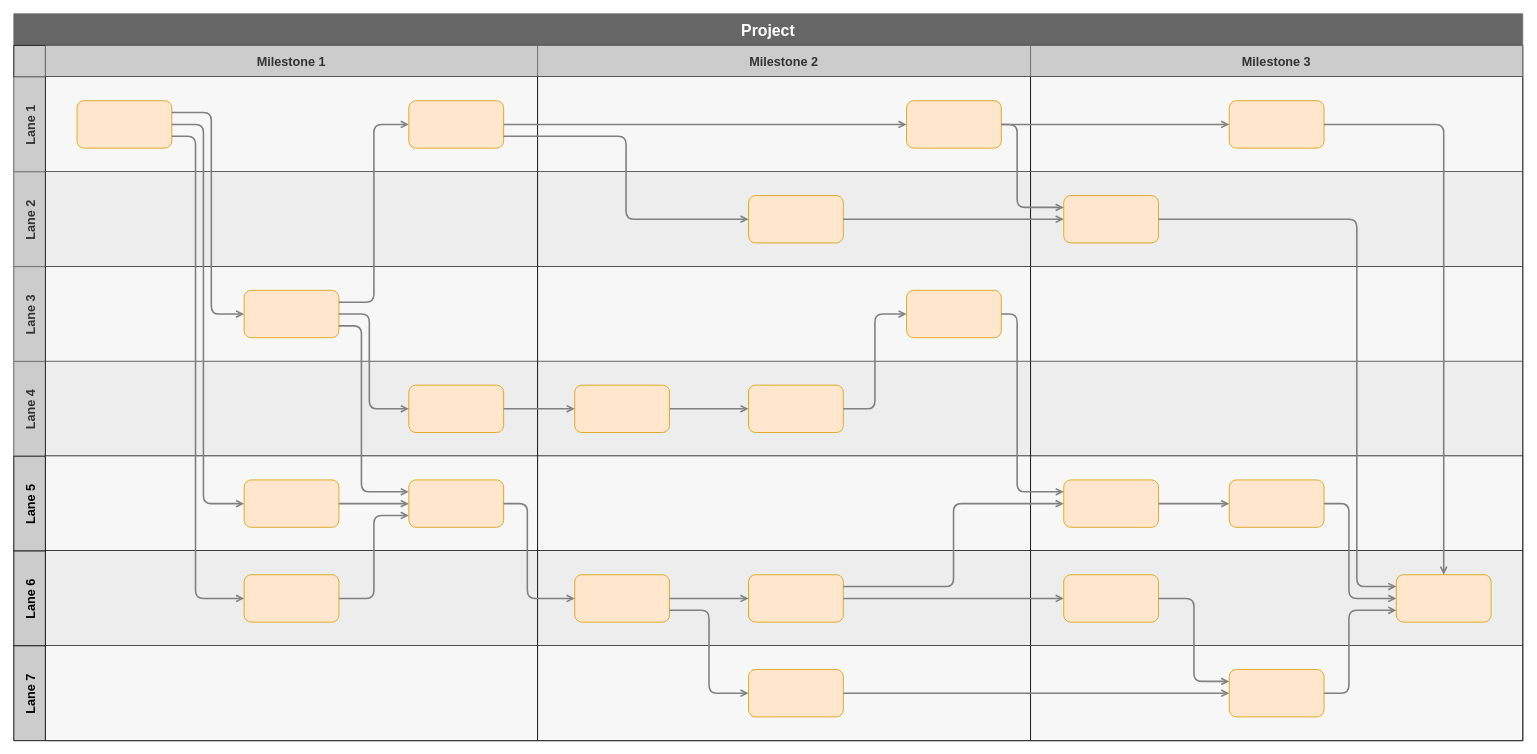
This is ProjectZero.drawio from JiangYuchun/JiangYuchun, a draw.io file, before an edit. Source tidied: cells renumbered, new cells numbered last; positions are measured from the earlier drawing's top-left corner, leaving out a move shared by most shapes. Both pictures are drawn from the tidied source at 79%, with x=0, y=0 at pixel (13, 13).
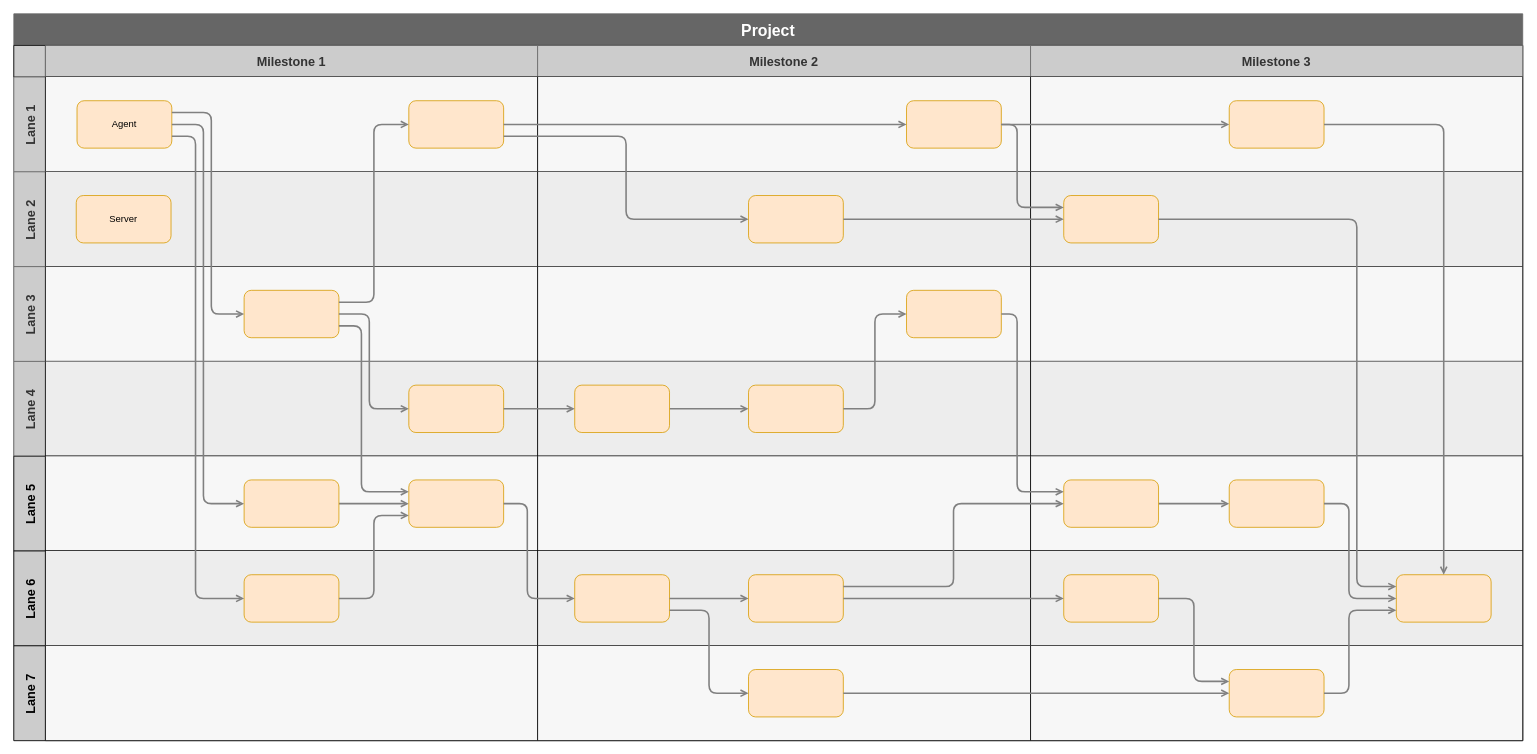
The same diagram, later.

The change refers to these unchanged cells:
```xml
<mxCell id="8" style="swimlane;startSize=0;fillColor=#E6E6E6;swimlaneFillColor=#F7F7F7;" parent="7" vertex="1">
  <mxGeometry x="40" width="623" height="120" as="geometry" />
</mxCell>
<mxCell id="18" style="swimlane;startSize=0;swimlaneFillColor=#EDEDED;" parent="17" vertex="1">
  <mxGeometry x="40" width="623" height="120" as="geometry" />
</mxCell>
```

Change to the diagram source:
```diff
@@
-    <mxCell id="9" style="rounded=1;whiteSpace=wrap;html=1;fillColor=#ffe6cc;strokeColor=#d79b00;" parent="8" vertex="1">
+    <mxCell id="9" value="Agent" style="rounded=1;whiteSpace=wrap;html=1;fillColor=#ffe6cc;strokeColor=#d79b00;" parent="8" vertex="1">
       <mxGeometry x="40" y="30" width="120" height="60" as="geometry" />
     </mxCell>
@@
+    <mxCell id="86" value="Server" style="rounded=1;whiteSpace=wrap;html=1;fillColor=#ffe6cc;strokeColor=#d79b00;" parent="18" vertex="1">
+      <mxGeometry x="39" y="30" width="120" height="60" as="geometry" />
+    </mxCell>
```
